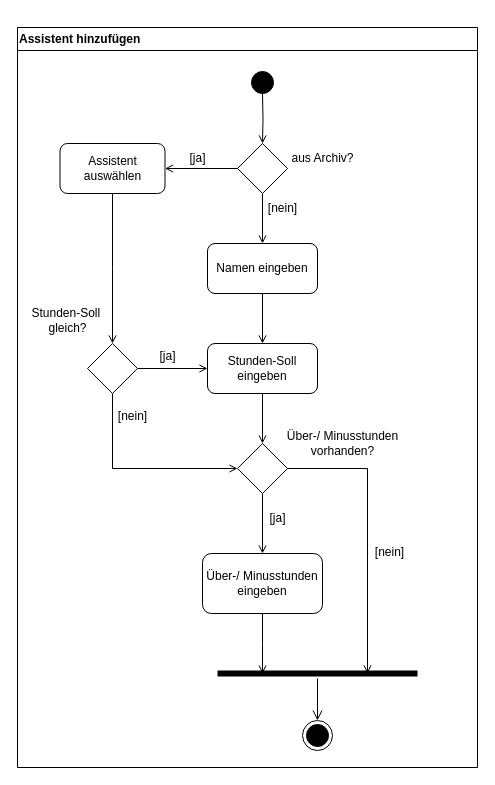
The draw.io diagram 4_Entwurf/Aktivitaetsdiagramm_AssistentHinzufuegen.drawio in annikalenneper/praxisprojekt_mi_bachelor_SoSe24, before the edit. Source tidied: cells renumbered, new cells numbered last; positions are measured from the earlier drawing's top-left corner, leaving out a move shared by most shapes. Both pictures are drawn from the tidied source at 100%, with x=0, y=0 at pixel (17, 27).
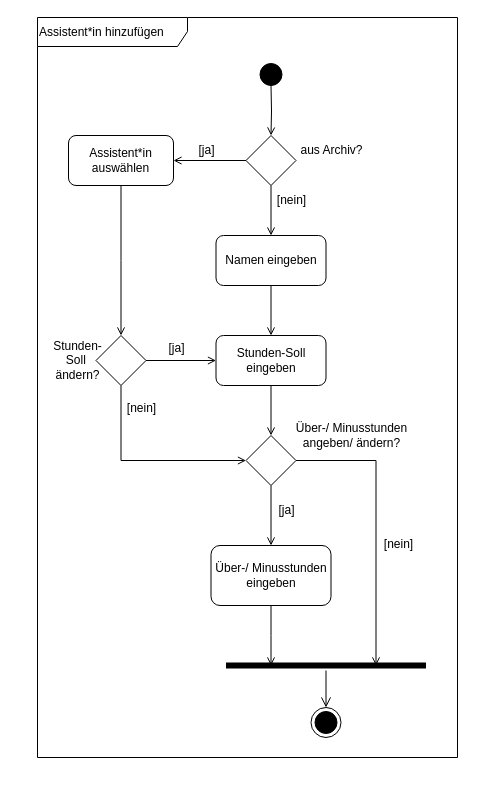
After the change.

Commit message:
optical changes and adjusted gender

What changed in the source:
```diff
@@
-    <mxCell id="2" value="Assistent hinzufügen" style="swimlane;whiteSpace=wrap;labelBackgroundColor=none;align=left;" parent="1" vertex="1">
-      <mxGeometry width="460" height="740" as="geometry" />
-    </mxCell>
+    <mxCell id="34" value="Assistent*in hinzufügen" style="shape=umlFrame;whiteSpace=wrap;html=1;width=150;height=29;align=left;" parent="1" vertex="1">
+      <mxGeometry x="20" y="-10" width="420" height="740" as="geometry" />
+    </mxCell>
-    <mxCell id="3" style="edgeStyle=orthogonalEdgeStyle;rounded=0;jettySize=auto;html=1;entryX=0.5;entryY=0;entryDx=0;entryDy=0;fontFamily=Helvetica;fontSize=12;fontColor=default;endArrow=open;endFill=0;" parent="2" edge="1" target="19">
+    <mxCell id="3" style="edgeStyle=orthogonalEdgeStyle;rounded=0;jettySize=auto;html=1;entryX=0.5;entryY=0;entryDx=0;entryDy=0;fontFamily=Helvetica;fontSize=12;fontColor=default;endArrow=open;endFill=0;" parent="1" edge="1" target="19">
       <mxGeometry relative="1" as="geometry">
-        <mxPoint x="245" y="66" as="sourcePoint" />
+        <mxPoint x="253.5" y="58" as="sourcePoint" />
       </mxGeometry>
     </mxCell>
-    <mxCell id="4" style="ellipse;shape=startState;labelBackgroundColor=none;fillColor=#000000;" parent="2" vertex="1">
-      <mxGeometry x="230" y="40" width="30" height="30" as="geometry" />
+    <mxCell id="4" style="ellipse;shape=startState;labelBackgroundColor=none;fillColor=#000000;" parent="1" vertex="1">
+      <mxGeometry x="238.5" y="32" width="30" height="30" as="geometry" />
     </mxCell>
-    <mxCell id="5" value="Namen eingeben" style="labelBackgroundColor=none;rounded=1;whiteSpace=wrap;html=1;" parent="2" vertex="1">
-      <mxGeometry x="190" y="216" width="110" height="50" as="geometry" />
+    <mxCell id="5" value="Namen eingeben" style="labelBackgroundColor=none;rounded=1;whiteSpace=wrap;html=1;" parent="1" vertex="1">
+      <mxGeometry x="198.5" y="208" width="110" height="50" as="geometry" />
     </mxCell>
-    <mxCell id="6" style="endArrow=open;endFill=1;rounded=0;labelBackgroundColor=none;fontColor=default;exitX=0.5;exitY=1;exitDx=0;exitDy=0;" parent="2" edge="1" source="19" target="5">
+    <mxCell id="6" style="endArrow=open;endFill=1;rounded=0;labelBackgroundColor=none;fontColor=default;exitX=0.5;exitY=1;exitDx=0;exitDy=0;" parent="1" edge="1" source="19" target="5">
       <mxGeometry relative="1" as="geometry" />
     </mxCell>
-    <mxCell id="7" style="edgeStyle=orthogonalEdgeStyle;rounded=0;jettySize=auto;html=1;entryX=0.5;entryY=0;entryDx=0;entryDy=0;endArrow=open;endFill=0;" parent="2" edge="1" source="8" target="13">
+    <mxCell id="7" style="edgeStyle=orthogonalEdgeStyle;rounded=0;jettySize=auto;html=1;entryX=0.5;entryY=0;entryDx=0;entryDy=0;endArrow=open;endFill=0;" parent="1" edge="1" source="8" target="13">
       <mxGeometry relative="1" as="geometry" />
     </mxCell>
-    <mxCell id="8" value="Stunden-Soll eingeben" style="labelBackgroundColor=none;rounded=1;whiteSpace=wrap;html=1;" parent="2" vertex="1">
-      <mxGeometry x="190" y="316" width="110" height="50" as="geometry" />
+    <mxCell id="8" value="Stunden-Soll eingeben" style="labelBackgroundColor=none;rounded=1;whiteSpace=wrap;html=1;" parent="1" vertex="1">
+      <mxGeometry x="198.5" y="308" width="110" height="50" as="geometry" />
     </mxCell>
-    <mxCell id="9" style="endArrow=open;endFill=1;rounded=0;labelBackgroundColor=none;fontColor=default;" parent="2" edge="1" source="5" target="8">
+    <mxCell id="9" style="endArrow=open;endFill=1;rounded=0;labelBackgroundColor=none;fontColor=default;" parent="1" edge="1" source="5" target="8">
       <mxGeometry relative="1" as="geometry" />
     </mxCell>
-    <mxCell id="10" value="[nein]" style="text;html=1;align=center;verticalAlign=middle;strokeColor=none;fillColor=none;" parent="2" vertex="1">
-      <mxGeometry x="240" y="166" width="50" height="30" as="geometry" />
+    <mxCell id="10" value="[nein]" style="text;html=1;align=center;verticalAlign=middle;strokeColor=none;fillColor=none;" parent="1" vertex="1">
+      <mxGeometry x="248.5" y="158" width="50" height="30" as="geometry" />
     </mxCell>
-    <mxCell id="11" style="edgeStyle=orthogonalEdgeStyle;rounded=0;jettySize=auto;html=1;entryX=0.5;entryY=0;entryDx=0;entryDy=0;endArrow=open;endFill=0;" parent="2" edge="1" source="13" target="15">
+    <mxCell id="11" style="edgeStyle=orthogonalEdgeStyle;rounded=0;jettySize=auto;html=1;entryX=0.5;entryY=0;entryDx=0;entryDy=0;endArrow=open;endFill=0;" parent="1" edge="1" source="13" target="15">
       <mxGeometry relative="1" as="geometry" />
     </mxCell>
-    <mxCell id="12" style="edgeStyle=orthogonalEdgeStyle;rounded=0;jettySize=auto;html=1;strokeColor=default;align=center;verticalAlign=middle;fontFamily=Helvetica;fontSize=12;fontColor=default;labelBackgroundColor=default;endArrow=open;endFill=0;entryX=0.75;entryY=0.5;entryDx=0;entryDy=0;entryPerimeter=0;" parent="2" edge="1" source="13" target="30">
+    <mxCell id="12" style="edgeStyle=orthogonalEdgeStyle;rounded=0;jettySize=auto;html=1;strokeColor=default;align=center;verticalAlign=middle;fontFamily=Helvetica;fontSize=12;fontColor=default;labelBackgroundColor=default;endArrow=open;endFill=0;entryX=0.75;entryY=0.5;entryDx=0;entryDy=0;entryPerimeter=0;" parent="1" edge="1" source="13" target="30">
       <mxGeometry relative="1" as="geometry">
         <Array as="points">
-          <mxPoint x="350" y="441" />
+          <mxPoint x="358.5" y="433" />
         </Array>
       </mxGeometry>
     </mxCell>
-    <mxCell id="13" style="rhombus;whiteSpace=wrap;html=1;" parent="2" vertex="1">
-      <mxGeometry x="220" y="416" width="50" height="50" as="geometry" />
+    <mxCell id="13" style="rhombus;whiteSpace=wrap;html=1;" parent="1" vertex="1">
+      <mxGeometry x="228.5" y="408" width="50" height="50" as="geometry" />
     </mxCell>
-    <mxCell id="14" style="edgeStyle=orthogonalEdgeStyle;rounded=0;jettySize=auto;html=1;strokeColor=default;align=center;verticalAlign=middle;fontFamily=Helvetica;fontSize=12;fontColor=default;labelBackgroundColor=default;endArrow=open;endFill=0;" parent="2" edge="1" source="15">
+    <mxCell id="14" style="edgeStyle=orthogonalEdgeStyle;rounded=0;jettySize=auto;html=1;strokeColor=default;align=center;verticalAlign=middle;fontFamily=Helvetica;fontSize=12;fontColor=default;labelBackgroundColor=default;endArrow=open;endFill=0;" parent="1" edge="1" source="15">
       <mxGeometry relative="1" as="geometry">
-        <mxPoint x="245" y="646" as="targetPoint" />
+        <mxPoint x="253.5" y="638" as="targetPoint" />
       </mxGeometry>
     </mxCell>
-    <mxCell id="15" value="Über-/ Minusstunden eingeben" style="rounded=1;whiteSpace=wrap;html=1;" parent="2" vertex="1">
-      <mxGeometry x="185" y="526" width="120" height="60" as="geometry" />
+    <mxCell id="15" value="Über-/ Minusstunden eingeben" style="rounded=1;whiteSpace=wrap;html=1;" parent="1" vertex="1">
+      <mxGeometry x="193.5" y="518" width="120" height="60" as="geometry" />
     </mxCell>
-    <mxCell id="16" value="Über-/ Minusstunden&lt;div&gt;vorhanden?&lt;/div&gt;" style="text;html=1;align=center;verticalAlign=middle;strokeColor=none;fillColor=none;" parent="2" vertex="1">
-      <mxGeometry x="260" y="396" width="130" height="40" as="geometry" />
+    <mxCell id="16" value="Über-/ Minusstunden&lt;div&gt;angeben/ ändern?&lt;/div&gt;" style="text;html=1;align=center;verticalAlign=middle;strokeColor=none;fillColor=none;" parent="1" vertex="1">
+      <mxGeometry x="268.5" y="388" width="130" height="40" as="geometry" />
     </mxCell>
-    <mxCell id="17" value="[ja]" style="text;html=1;align=center;verticalAlign=middle;strokeColor=none;fillColor=none;" parent="2" vertex="1">
-      <mxGeometry x="240" y="476" width="40" height="30" as="geometry" />
+    <mxCell id="17" value="[ja]" style="text;html=1;align=center;verticalAlign=middle;strokeColor=none;fillColor=none;" parent="1" vertex="1">
+      <mxGeometry x="248.5" y="468" width="40" height="30" as="geometry" />
     </mxCell>
-    <mxCell id="18" style="edgeStyle=orthogonalEdgeStyle;rounded=0;jettySize=auto;html=1;entryX=1;entryY=0.5;entryDx=0;entryDy=0;fontFamily=Helvetica;fontSize=12;fontColor=default;endArrow=open;endFill=0;" parent="2" edge="1" source="19" target="27">
+    <mxCell id="18" style="edgeStyle=orthogonalEdgeStyle;rounded=0;jettySize=auto;html=1;entryX=1;entryY=0.5;entryDx=0;entryDy=0;fontFamily=Helvetica;fontSize=12;fontColor=default;endArrow=open;endFill=0;" parent="1" edge="1" source="19" target="27">
       <mxGeometry relative="1" as="geometry" />
     </mxCell>
-    <mxCell id="19" style="rhombus;whiteSpace=wrap;html=1;" parent="2" vertex="1">
-      <mxGeometry x="220" y="116" width="50" height="50" as="geometry" />
+    <mxCell id="19" style="rhombus;whiteSpace=wrap;html=1;" parent="1" vertex="1">
+      <mxGeometry x="228.5" y="108" width="50" height="50" as="geometry" />
     </mxCell>
-    <mxCell id="20" value="aus Archiv?" style="text;html=1;align=center;verticalAlign=middle;strokeColor=none;fillColor=none;fontFamily=Helvetica;fontSize=12;fontColor=default;" parent="2" vertex="1">
-      <mxGeometry x="260" y="116" width="90" height="30" as="geometry" />
+    <mxCell id="20" value="aus Archiv?" style="text;html=1;align=center;verticalAlign=middle;strokeColor=none;fillColor=none;fontFamily=Helvetica;fontSize=12;fontColor=default;" parent="1" vertex="1">
+      <mxGeometry x="268.5" y="108" width="90" height="30" as="geometry" />
     </mxCell>
-    <mxCell id="21" style="edgeStyle=orthogonalEdgeStyle;rounded=0;jettySize=auto;html=1;fontFamily=Helvetica;fontSize=12;fontColor=default;endArrow=open;endFill=0;exitX=1;exitY=0.5;exitDx=0;exitDy=0;" parent="2" edge="1" source="23" target="8">
+    <mxCell id="21" style="edgeStyle=orthogonalEdgeStyle;rounded=0;jettySize=auto;html=1;fontFamily=Helvetica;fontSize=12;fontColor=default;endArrow=open;endFill=0;exitX=1;exitY=0.5;exitDx=0;exitDy=0;" parent="1" edge="1" source="23" target="8">
       <mxGeometry relative="1" as="geometry" />
     </mxCell>
-    <mxCell id="22" style="edgeStyle=orthogonalEdgeStyle;rounded=0;jettySize=auto;html=1;entryX=0;entryY=0.5;entryDx=0;entryDy=0;fontFamily=Helvetica;fontSize=12;fontColor=default;endArrow=open;endFill=0;exitX=0.5;exitY=1;exitDx=0;exitDy=0;" parent="2" edge="1" source="23" target="13">
+    <mxCell id="22" style="edgeStyle=orthogonalEdgeStyle;rounded=0;jettySize=auto;html=1;entryX=0;entryY=0.5;entryDx=0;entryDy=0;fontFamily=Helvetica;fontSize=12;fontColor=default;endArrow=open;endFill=0;exitX=0.5;exitY=1;exitDx=0;exitDy=0;" parent="1" edge="1" source="23" target="13">
       <mxGeometry relative="1" as="geometry">
         <Array as="points">
-          <mxPoint x="95" y="441" />
+          <mxPoint x="103.5" y="433" />
         </Array>
       </mxGeometry>
     </mxCell>
-    <mxCell id="23" style="rhombus;whiteSpace=wrap;html=1;" parent="2" vertex="1">
-      <mxGeometry x="70" y="316" width="50" height="50" as="geometry" />
+    <mxCell id="23" style="rhombus;whiteSpace=wrap;html=1;" parent="1" vertex="1">
+      <mxGeometry x="78.5" y="308" width="50" height="50" as="geometry" />
     </mxCell>
-    <mxCell id="24" value="Stunden-Soll&amp;nbsp;&lt;div&gt;gleich?&lt;/div&gt;" style="text;html=1;align=center;verticalAlign=middle;strokeColor=none;fillColor=none;fontFamily=Helvetica;fontSize=12;fontColor=default;" parent="2" vertex="1">
-      <mxGeometry y="273" width="100" height="40" as="geometry" />
-    </mxCell>
-    <mxCell id="25" value="[nein]" style="text;html=1;align=center;verticalAlign=middle;strokeColor=none;fillColor=none;" parent="2" vertex="1">
-      <mxGeometry x="90" y="374" width="50" height="30" as="geometry" />
+    <mxCell id="25" value="[nein]" style="text;html=1;align=center;verticalAlign=middle;strokeColor=none;fillColor=none;" parent="1" vertex="1">
+      <mxGeometry x="98.5" y="366" width="50" height="30" as="geometry" />
     </mxCell>
-    <mxCell id="26" value="[ja]" style="text;html=1;align=center;verticalAlign=middle;strokeColor=none;fillColor=none;" parent="2" vertex="1">
-      <mxGeometry x="130" y="314" width="40" height="30" as="geometry" />
+    <mxCell id="26" value="[ja]" style="text;html=1;align=center;verticalAlign=middle;strokeColor=none;fillColor=none;" parent="1" vertex="1">
+      <mxGeometry x="138.5" y="306" width="40" height="30" as="geometry" />
     </mxCell>
-    <mxCell id="27" value="Assistent auswählen" style="rounded=1;whiteSpace=wrap;html=1;strokeColor=default;align=center;verticalAlign=middle;fontFamily=Helvetica;fontSize=12;fontColor=default;labelBackgroundColor=default;fillColor=default;" parent="2" vertex="1">
-      <mxGeometry x="42.5" y="116" width="105" height="50" as="geometry" />
+    <mxCell id="27" value="Assistent*in auswählen" style="rounded=1;whiteSpace=wrap;html=1;strokeColor=default;align=center;verticalAlign=middle;fontFamily=Helvetica;fontSize=12;fontColor=default;labelBackgroundColor=default;fillColor=default;" parent="1" vertex="1">
+      <mxGeometry x="51" y="108" width="105" height="50" as="geometry" />
     </mxCell>
-    <mxCell id="28" style="edgeStyle=orthogonalEdgeStyle;rounded=0;jettySize=auto;html=1;entryX=0.95;entryY=0.75;entryDx=0;entryDy=0;entryPerimeter=0;strokeColor=default;align=center;verticalAlign=middle;fontFamily=Helvetica;fontSize=12;fontColor=default;labelBackgroundColor=default;endArrow=open;endFill=0;" parent="2" edge="1" source="27">
+    <mxCell id="28" style="edgeStyle=orthogonalEdgeStyle;rounded=0;jettySize=auto;html=1;entryX=0.95;entryY=0.75;entryDx=0;entryDy=0;entryPerimeter=0;strokeColor=default;align=center;verticalAlign=middle;fontFamily=Helvetica;fontSize=12;fontColor=default;labelBackgroundColor=default;endArrow=open;endFill=0;" parent="1" edge="1" source="27">
       <mxGeometry relative="1" as="geometry">
-        <mxPoint x="95" y="316" as="targetPoint" />
+        <mxPoint x="103.5" y="308" as="targetPoint" />
       </mxGeometry>
     </mxCell>
-    <mxCell id="29" value="[ja]" style="text;html=1;align=center;verticalAlign=middle;strokeColor=none;fillColor=none;" parent="2" vertex="1">
-      <mxGeometry x="160" y="116" width="40" height="30" as="geometry" />
+    <mxCell id="29" value="[ja]" style="text;html=1;align=center;verticalAlign=middle;strokeColor=none;fillColor=none;" parent="1" vertex="1">
+      <mxGeometry x="168.5" y="108" width="40" height="30" as="geometry" />
     </mxCell>
-    <mxCell id="30" style="shape=line;html=1;strokeWidth=6;strokeColor=#000000;align=center;verticalAlign=middle;fontFamily=Helvetica;fontSize=12;fontColor=default;labelBackgroundColor=default;fillColor=default;" parent="2" vertex="1">
-      <mxGeometry x="200" y="641" width="200" height="10" as="geometry" />
+    <mxCell id="30" style="shape=line;html=1;strokeWidth=6;strokeColor=#000000;align=center;verticalAlign=middle;fontFamily=Helvetica;fontSize=12;fontColor=default;labelBackgroundColor=default;fillColor=default;" parent="1" vertex="1">
+      <mxGeometry x="208.5" y="633" width="200" height="10" as="geometry" />
     </mxCell>
-    <mxCell id="31" style="edgeStyle=orthogonalEdgeStyle;html=1;verticalAlign=bottom;endArrow=open;endSize=8;strokeColor=#000000;rounded=0;align=center;fontFamily=Helvetica;fontSize=12;fontColor=default;labelBackgroundColor=default;entryX=0.5;entryY=0;entryDx=0;entryDy=0;" parent="2" edge="1" source="30" target="32">
+    <mxCell id="31" style="edgeStyle=orthogonalEdgeStyle;html=1;verticalAlign=bottom;endArrow=open;endSize=8;strokeColor=#000000;rounded=0;align=center;fontFamily=Helvetica;fontSize=12;fontColor=default;labelBackgroundColor=default;entryX=0.5;entryY=0;entryDx=0;entryDy=0;" parent="1" edge="1" source="30" target="35">
       <mxGeometry relative="1" as="geometry" />
     </mxCell>
-    <mxCell id="32" style="ellipse;html=1;shape=endState;fillColor=#000000;strokeColor=#000000;align=center;verticalAlign=middle;fontFamily=Helvetica;fontSize=12;fontColor=default;labelBackgroundColor=default;" parent="2" vertex="1">
-      <mxGeometry x="285" y="693" width="30" height="30" as="geometry" />
-    </mxCell>
-    <mxCell id="33" value="[nein]" style="text;html=1;align=center;verticalAlign=middle;strokeColor=none;fillColor=none;" parent="2" vertex="1">
-      <mxGeometry x="347" y="510" width="50" height="30" as="geometry" />
+    <mxCell id="33" value="[nein]" style="text;html=1;align=center;verticalAlign=middle;strokeColor=none;fillColor=none;" parent="1" vertex="1">
+      <mxGeometry x="355.5" y="502" width="50" height="30" as="geometry" />
     </mxCell>
+    <mxCell id="35" style="ellipse;html=1;shape=endState;fillColor=#000000;strokeColor=#000000;" parent="1" vertex="1">
+      <mxGeometry x="293.5" y="680" width="30" height="30" as="geometry" />
+    </mxCell>
+    <mxCell id="36" value="&lt;span style=&quot;text-wrap: wrap;&quot;&gt;Stunden-Soll&amp;nbsp;&lt;/span&gt;&lt;div&gt;&lt;span style=&quot;text-wrap: wrap;&quot;&gt;ändern?&lt;/span&gt;&lt;/div&gt;" style="text;html=1;align=center;verticalAlign=middle;strokeColor=none;fillColor=none;" parent="1" vertex="1">
+      <mxGeometry x="10" y="313" width="100" height="40" as="geometry" />
+    </mxCell>
```
